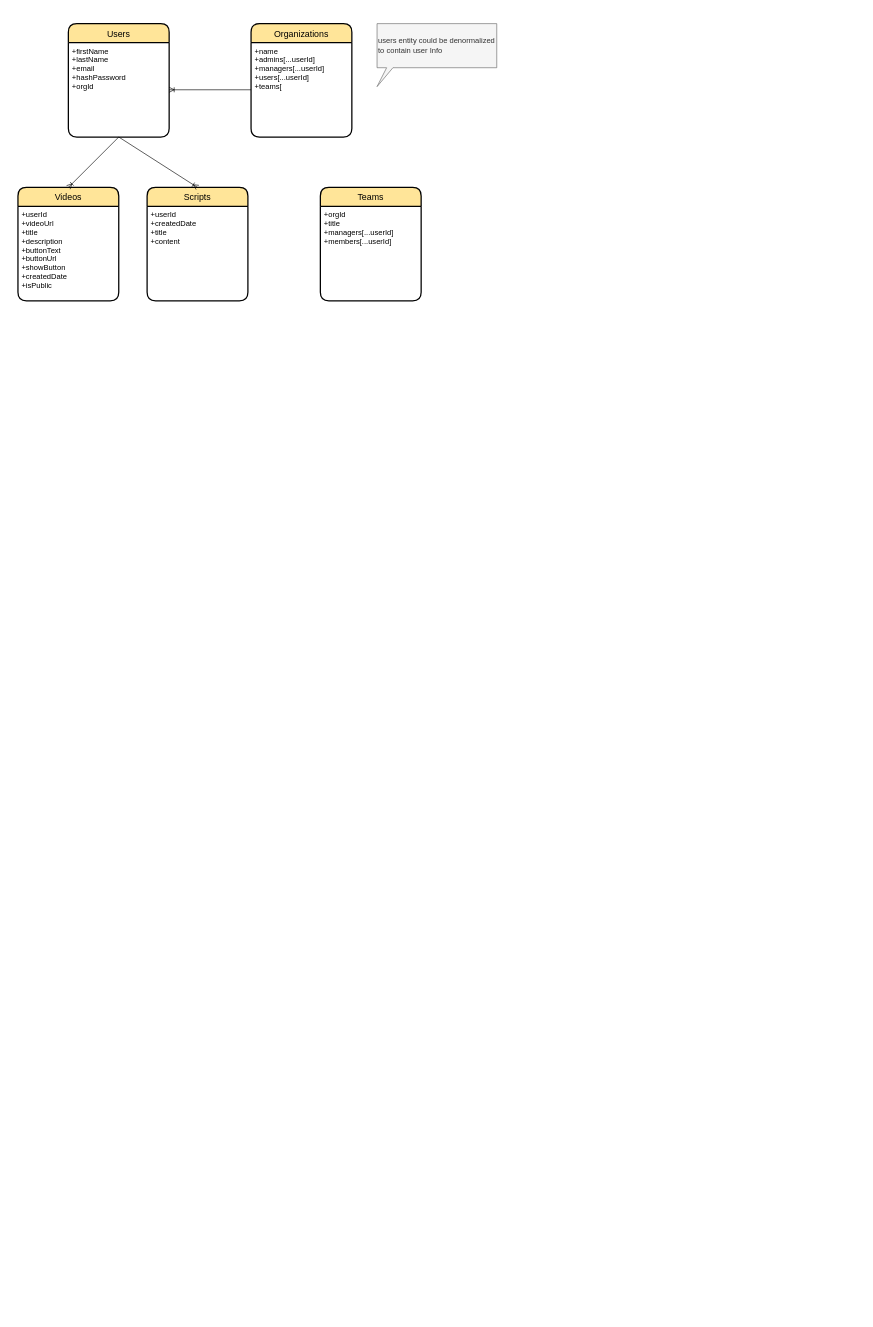
Before: Design_organization.drawio in shawnohn/fortuna, a draw.io diagram. Source tidied: cells renumbered, new cells numbered last; positions are measured from the earlier drawing's top-left corner, leaving out a move shared by most shapes. Both pictures are drawn from the tidied source at 63%, with x=0, y=0 at pixel (18, 23).
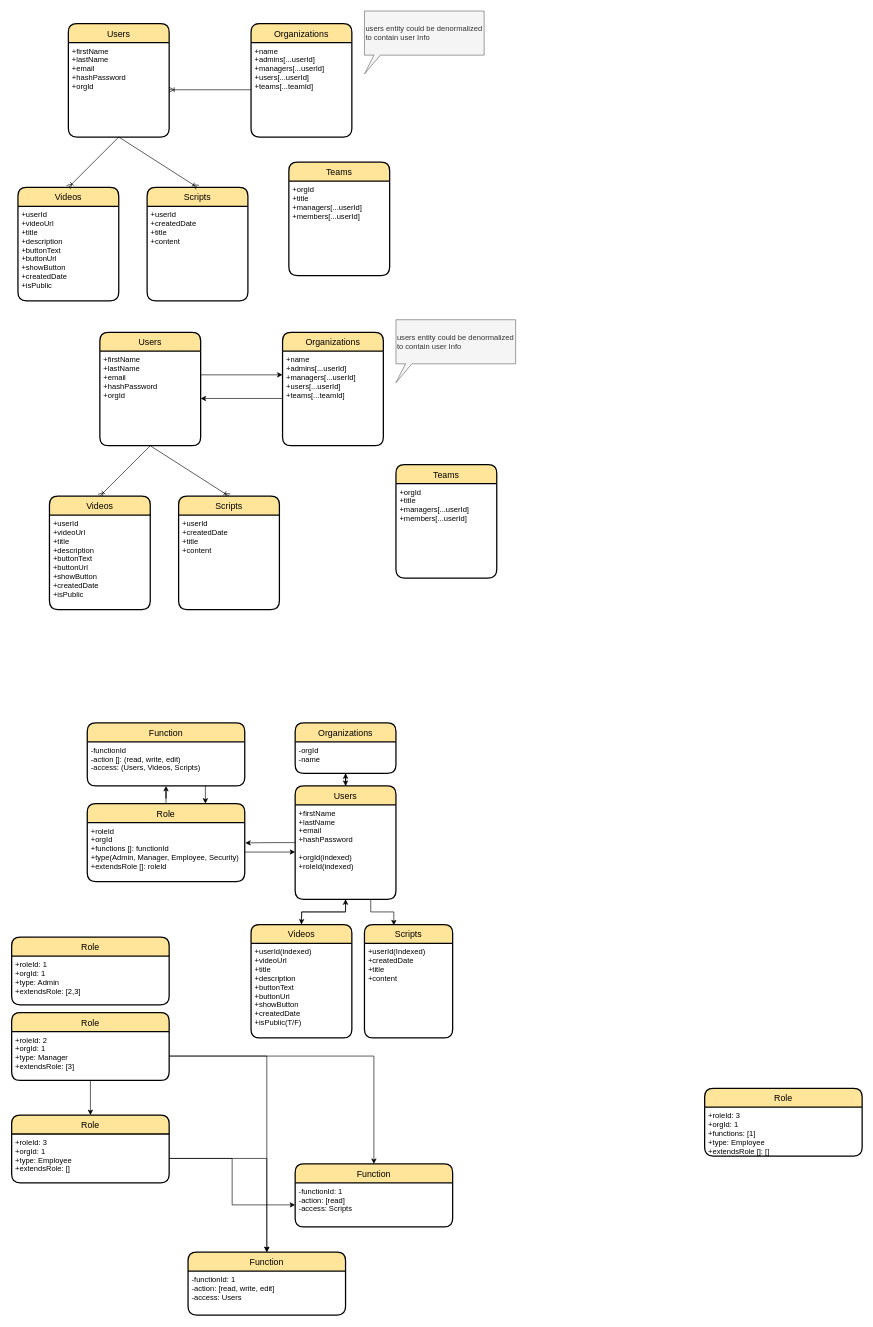
The same diagram, later.

Unchanged cells that the change refers to:
```xml
<mxCell id="6" value="Organizations" style="swimlane;horizontal=1;startSize=30;rounded=1;fontSize=14;fontStyle=0;strokeWidth=2;shadow=0;dashed=0;align=center;fillColor=#FFE599;" parent="1" vertex="1">
  <mxGeometry x="370" width="160" height="180" as="geometry" />
</mxCell>
```

The edit, as a diff of the source:
```diff
@@
-    <mxCell id="7" value="+name&#10;+admins[...userId]&#10;+managers[...userId]&#10;+users[...userId]&#10;+teams[" style="align=left;strokeColor=none;fillColor=none;spacingLeft=4;fontSize=12;verticalAlign=top;" parent="6" vertex="1">
+    <mxCell id="7" value="+name&#10;+admins[...userId]&#10;+managers[...userId]&#10;+users[...userId]&#10;+teams[...teamId]" style="align=left;strokeColor=none;fillColor=none;spacingLeft=4;fontSize=12;verticalAlign=top;" parent="6" vertex="1">
       <mxGeometry y="30" width="160" height="150" as="geometry" />
     </mxCell>
@@
-    <mxCell id="9" value="Teams" style="swimlane;horizontal=1;startSize=30;rounded=1;fontSize=14;fontStyle=0;strokeWidth=2;shadow=0;dashed=0;align=center;fillColor=#FFE599;" parent="1" vertex="1">
-      <mxGeometry x="480" y="260" width="160" height="180" as="geometry" />
-    </mxCell>
-    <mxCell id="10" value="+orgId&#10;+title&#10;+managers[...userId]&#10;+members[...userId]" style="align=left;strokeColor=none;fillColor=none;spacingLeft=4;fontSize=12;verticalAlign=top;" parent="9" vertex="1">
-      <mxGeometry y="30" width="160" height="150" as="geometry" />
-    </mxCell>
     <mxCell id="11" value="users entity could be denormalized to contain user Info" style="shape=callout;whiteSpace=wrap;html=1;perimeter=calloutPerimeter;fillColor=#f5f5f5;strokeColor=#666666;fontColor=#333333;size=30;position=0.08;position2=0;base=10;align=left;" parent="1" vertex="1">
-      <mxGeometry x="570" width="190" height="100" as="geometry" />
+      <mxGeometry x="550" y="-20" width="190" height="100" as="geometry" />
     </mxCell>
@@
+    <mxCell id="9" value="Teams" style="swimlane;horizontal=1;startSize=30;rounded=1;fontSize=14;fontStyle=0;strokeWidth=2;shadow=0;dashed=0;align=center;fillColor=#FFE599;" parent="1" vertex="1">
+      <mxGeometry x="430" y="220" width="160" height="180" as="geometry" />
+    </mxCell>
+    <mxCell id="10" value="+orgId&#10;+title&#10;+managers[...userId]&#10;+members[...userId]" style="align=left;strokeColor=none;fillColor=none;spacingLeft=4;fontSize=12;verticalAlign=top;" parent="9" vertex="1">
+      <mxGeometry y="30" width="160" height="150" as="geometry" />
+    </mxCell>
+    <mxCell id="16" value="users entity could be denormalized to contain user Info" style="shape=callout;whiteSpace=wrap;html=1;perimeter=calloutPerimeter;fillColor=#f5f5f5;strokeColor=#666666;fontColor=#333333;size=30;position=0.08;position2=0;base=10;align=left;" parent="1" vertex="1">
+      <mxGeometry x="600" y="470" width="190" height="100" as="geometry" />
+    </mxCell>
+    <mxCell id="17" style="endArrow=ERoneToMany;html=1;rounded=0;entryX=0.5;entryY=0;entryDx=0;entryDy=0;exitX=0.5;exitY=1;exitDx=0;exitDy=0;endFill=0;" parent="1" edge="1" source="31" target="24">
+      <mxGeometry relative="1" as="geometry" />
+    </mxCell>
+    <mxCell id="18" style="endArrow=ERoneToMany;html=1;rounded=0;entryX=0.5;entryY=0;entryDx=0;entryDy=0;exitX=0.5;exitY=1;exitDx=0;exitDy=0;endFill=0;" parent="1" edge="1" source="31" target="26">
+      <mxGeometry relative="1" as="geometry" />
+    </mxCell>
+    <mxCell id="19" style="edgeStyle=orthogonalEdgeStyle;rounded=0;jettySize=auto;html=1;" parent="1" edge="1" source="37" target="56">
+      <mxGeometry relative="1" as="geometry" />
+    </mxCell>
+    <mxCell id="20" style="edgeStyle=orthogonalEdgeStyle;rounded=0;jettySize=auto;html=1;entryX=0;entryY=0.5;entryDx=0;entryDy=0;" parent="1" edge="1" source="51" target="57">
+      <mxGeometry relative="1" as="geometry" />
+    </mxCell>
+    <mxCell id="21" style="edgeStyle=orthogonalEdgeStyle;rounded=0;jettySize=auto;html=1;entryX=1.003;entryY=0.345;entryDx=0;entryDy=0;entryPerimeter=0;fontColor=#FF9933;" parent="1" edge="1" source="56" target="51">
+      <mxGeometry relative="1" as="geometry" />
+    </mxCell>
+    <mxCell id="22" style="edgeStyle=orthogonalEdgeStyle;rounded=0;jettySize=auto;html=1;entryX=0.5;entryY=1;entryDx=0;entryDy=0;fontColor=#FF9933;" parent="1" edge="1" source="56" target="37">
+      <mxGeometry relative="1" as="geometry" />
+    </mxCell>
+    <mxCell id="23" value="&lt;font color=&quot;#000000&quot;&gt;&lt;br&gt;&lt;/font&gt;" style="text;html=1;align=center;verticalAlign=middle;fontColor=#FF9933;" parent="1" vertex="1">
+      <mxGeometry x="730" y="1210" width="20" height="20" as="geometry" />
+    </mxCell>
+    <mxCell id="24" value="Videos" style="swimlane;horizontal=1;startSize=30;rounded=1;fontSize=14;fontStyle=0;strokeWidth=2;shadow=0;dashed=0;align=center;fillColor=#FFE599;" parent="1" vertex="1">
+      <mxGeometry x="50" y="750" width="160" height="180" as="geometry" />
+    </mxCell>
+    <mxCell id="25" value="+userId&#10;+videoUrl&#10;+title&#10;+description&#10;+buttonText&#10;+buttonUrl&#10;+showButton&#10;+createdDate&#10;+isPublic" style="align=left;strokeColor=none;fillColor=none;spacingLeft=4;fontSize=12;verticalAlign=top;" parent="24" vertex="1">
+      <mxGeometry y="30" width="160" height="150" as="geometry" />
+    </mxCell>
+    <mxCell id="26" value="Scripts" style="swimlane;horizontal=1;startSize=30;rounded=1;fontSize=14;fontStyle=0;strokeWidth=2;shadow=0;dashed=0;align=center;fillColor=#FFE599;" parent="1" vertex="1">
+      <mxGeometry x="255" y="750" width="160" height="180" as="geometry" />
+    </mxCell>
+    <mxCell id="27" value="+userId&#10;+createdDate&#10;+title&#10;+content" style="align=left;strokeColor=none;fillColor=none;spacingLeft=4;fontSize=12;verticalAlign=top;" parent="26" vertex="1">
+      <mxGeometry y="30" width="160" height="150" as="geometry" />
+    </mxCell>
+    <mxCell id="28" value="Organizations" style="swimlane;horizontal=1;startSize=30;rounded=1;fontSize=14;fontStyle=0;strokeWidth=2;shadow=0;dashed=0;align=center;fillColor=#FFE599;" parent="1" vertex="1">
+      <mxGeometry x="420" y="490" width="160" height="180" as="geometry" />
+    </mxCell>
+    <mxCell id="29" value="+name&#10;+admins[...userId]&#10;+managers[...userId]&#10;+users[...userId]&#10;+teams[...teamId]" style="align=left;strokeColor=none;fillColor=none;spacingLeft=4;fontSize=12;verticalAlign=top;" parent="28" vertex="1">
+      <mxGeometry y="30" width="160" height="150" as="geometry" />
+    </mxCell>
+    <mxCell id="30" value="Users" style="swimlane;horizontal=1;startSize=30;rounded=1;fontSize=14;fontStyle=0;strokeWidth=2;shadow=0;dashed=0;align=center;fillColor=#FFE599;" parent="1" vertex="1">
+      <mxGeometry x="130" y="490" width="160" height="180" as="geometry" />
+    </mxCell>
+    <mxCell id="31" value="+firstName&#10;+lastName&#10;+email&#10;+hashPassword&#10;+orgId" style="align=left;strokeColor=none;fillColor=none;spacingLeft=4;fontSize=12;verticalAlign=top;" parent="30" vertex="1">
+      <mxGeometry y="30" width="160" height="150" as="geometry" />
+    </mxCell>
+    <mxCell id="32" value="Teams" style="swimlane;horizontal=1;startSize=30;rounded=1;fontSize=14;fontStyle=0;strokeWidth=2;shadow=0;dashed=0;align=center;fillColor=#FFE599;" parent="1" vertex="1">
+      <mxGeometry x="600" y="700" width="160" height="180" as="geometry" />
+    </mxCell>
+    <mxCell id="33" value="+orgId&#10;+title&#10;+managers[...userId]&#10;+members[...userId]" style="align=left;strokeColor=none;fillColor=none;spacingLeft=4;fontSize=12;verticalAlign=top;" parent="32" vertex="1">
+      <mxGeometry y="30" width="160" height="150" as="geometry" />
+    </mxCell>
+    <mxCell id="34" value="Function" style="swimlane;horizontal=1;startSize=30;rounded=1;fontSize=14;fontStyle=0;strokeWidth=2;shadow=0;dashed=0;align=center;fillColor=#FFE599;" parent="1" vertex="1">
+      <mxGeometry x="110" y="1110" width="250" height="100" as="geometry" />
+    </mxCell>
+    <mxCell id="35" value="-functionId&#10;-action []: (read, write, edit)&#10;-access: (Users, Videos, Scripts)" style="align=left;strokeColor=none;fillColor=none;spacingLeft=4;fontSize=12;verticalAlign=top;" parent="34" vertex="1">
+      <mxGeometry y="30" width="250" height="70" as="geometry" />
+    </mxCell>
+    <mxCell id="36" value="Organizations" style="swimlane;horizontal=1;startSize=30;rounded=1;fontSize=14;fontStyle=0;strokeWidth=2;shadow=0;dashed=0;align=center;fillColor=#FFE599;" parent="1" vertex="1">
+      <mxGeometry x="440" y="1110" width="160" height="80" as="geometry" />
+    </mxCell>
+    <mxCell id="37" value="-orgId&#10;-name" style="align=left;strokeColor=none;fillColor=none;spacingLeft=4;fontSize=12;verticalAlign=top;" parent="36" vertex="1">
+      <mxGeometry y="30" width="160" height="50" as="geometry" />
+    </mxCell>
+    <mxCell id="38" value="Scripts" style="swimlane;horizontal=1;startSize=30;rounded=1;fontSize=14;fontStyle=0;strokeWidth=2;shadow=0;dashed=0;align=center;fillColor=#FFE599;" parent="1" vertex="1">
+      <mxGeometry x="550" y="1430" width="140" height="180" as="geometry" />
+    </mxCell>
+    <mxCell id="39" value="+userId(Indexed)&#10;+createdDate&#10;+title&#10;+content" style="align=left;strokeColor=none;fillColor=none;spacingLeft=4;fontSize=12;verticalAlign=top;" parent="38" vertex="1">
+      <mxGeometry y="30" width="140" height="150" as="geometry" />
+    </mxCell>
+    <mxCell id="40" value="Videos" style="swimlane;horizontal=1;startSize=30;rounded=1;fontSize=14;fontStyle=0;strokeWidth=2;shadow=0;dashed=0;align=center;fillColor=#FFE599;" parent="1" vertex="1">
+      <mxGeometry x="370" y="1430" width="160" height="180" as="geometry" />
+    </mxCell>
+    <mxCell id="41" value="+userId(indexed)&#10;+videoUrl&#10;+title&#10;+description&#10;+buttonText&#10;+buttonUrl&#10;+showButton&#10;+createdDate&#10;+isPublic(T/F)" style="align=left;strokeColor=none;fillColor=none;spacingLeft=4;fontSize=12;verticalAlign=top;" parent="40" vertex="1">
+      <mxGeometry y="30" width="160" height="150" as="geometry" />
+    </mxCell>
+    <mxCell id="42" value="Function" style="swimlane;horizontal=1;startSize=30;rounded=1;fontSize=14;fontStyle=0;strokeWidth=2;shadow=0;dashed=0;align=center;fillColor=#FFE599;" parent="1" vertex="1">
+      <mxGeometry x="440" y="1810" width="250" height="100" as="geometry" />
+    </mxCell>
+    <mxCell id="43" value="-functionId: 1&#10;-action: [read]&#10;-access: Scripts" style="align=left;strokeColor=none;fillColor=none;spacingLeft=4;fontSize=12;verticalAlign=top;" parent="42" vertex="1">
+      <mxGeometry y="30" width="250" height="70" as="geometry" />
+    </mxCell>
+    <mxCell id="44" value="Function" style="swimlane;horizontal=1;startSize=30;rounded=1;fontSize=14;fontStyle=0;strokeWidth=2;shadow=0;dashed=0;align=center;fillColor=#FFE599;" parent="1" vertex="1">
+      <mxGeometry x="270" y="1950" width="250" height="100" as="geometry" />
+    </mxCell>
+    <mxCell id="45" value="-functionId: 1&#10;-action: [read, write, edit]&#10;-access: Users" style="align=left;strokeColor=none;fillColor=none;spacingLeft=4;fontSize=12;verticalAlign=top;" parent="44" vertex="1">
+      <mxGeometry y="30" width="250" height="70" as="geometry" />
+    </mxCell>
+    <mxCell id="46" value="Role" style="swimlane;horizontal=1;startSize=30;rounded=1;fontSize=14;fontStyle=0;strokeWidth=2;shadow=0;dashed=0;align=center;fillColor=#FFE599;" parent="1" vertex="1">
+      <mxGeometry x="-10" y="1732.5" width="250" height="107.5" as="geometry" />
+    </mxCell>
+    <mxCell id="47" value="+roleId: 3&#10;+orgId: 1&#10;+type: Employee&#10;+extendsRole: []" style="align=left;strokeColor=none;fillColor=none;spacingLeft=4;fontSize=12;verticalAlign=top;" parent="46" vertex="1">
+      <mxGeometry y="30" width="250" height="77.5" as="geometry" />
+    </mxCell>
+    <mxCell id="48" value="Role" style="swimlane;horizontal=1;startSize=30;rounded=1;fontSize=14;fontStyle=0;strokeWidth=2;shadow=0;dashed=0;align=center;fillColor=#FFE599;" parent="1" vertex="1">
+      <mxGeometry x="1090" y="1690" width="250" height="107.5" as="geometry" />
+    </mxCell>
+    <mxCell id="49" value="+roleId: 3&#10;+orgId: 1&#10;+functions: [1]&#10;+type: Employee&#10;+extendsRole []: []" style="align=left;strokeColor=none;fillColor=none;spacingLeft=4;fontSize=12;verticalAlign=top;" parent="48" vertex="1">
+      <mxGeometry y="30" width="250" height="77.5" as="geometry" />
+    </mxCell>
+    <mxCell id="50" value="Role" style="swimlane;horizontal=1;startSize=30;rounded=1;fontSize=14;fontStyle=0;strokeWidth=2;shadow=0;dashed=0;align=center;fillColor=#FFE599;" parent="1" vertex="1">
+      <mxGeometry x="110" y="1238.1" width="250" height="123.8" as="geometry" />
+    </mxCell>
+    <mxCell id="51" value="+roleId&#10;+orgId&#10;+functions []: functionId&#10;+type(Admin, Manager, Employee, Security)&#10;+extendsRole []: roleId" style="align=left;strokeColor=none;fillColor=none;spacingLeft=4;fontSize=12;verticalAlign=top;" parent="50" vertex="1">
+      <mxGeometry y="30" width="250" height="93.8" as="geometry" />
+    </mxCell>
+    <mxCell id="52" value="Role" style="swimlane;horizontal=1;startSize=30;rounded=1;fontSize=14;fontStyle=0;strokeWidth=2;shadow=0;dashed=0;align=center;fillColor=#FFE599;" parent="1" vertex="1">
+      <mxGeometry x="-10" y="1570" width="250" height="107.5" as="geometry" />
+    </mxCell>
+    <mxCell id="53" value="+roleId: 2&#10;+orgId: 1&#10;+type: Manager&#10;+extendsRole: [3]" style="align=left;strokeColor=none;fillColor=none;spacingLeft=4;fontSize=12;verticalAlign=top;" parent="52" vertex="1">
+      <mxGeometry y="30" width="250" height="77.5" as="geometry" />
+    </mxCell>
+    <mxCell id="54" value="Role" style="swimlane;horizontal=1;startSize=30;rounded=1;fontSize=14;fontStyle=0;strokeWidth=2;shadow=0;dashed=0;align=center;fillColor=#FFE599;" parent="1" vertex="1">
+      <mxGeometry x="-10" y="1450" width="250" height="107.5" as="geometry" />
+    </mxCell>
+    <mxCell id="55" value="+roleId: 1&#10;+orgId: 1&#10;+type: Admin&#10;+extendsRole: [2,3]" style="align=left;strokeColor=none;fillColor=none;spacingLeft=4;fontSize=12;verticalAlign=top;" parent="54" vertex="1">
+      <mxGeometry y="30" width="250" height="77.5" as="geometry" />
+    </mxCell>
+    <mxCell id="56" value="Users" style="swimlane;horizontal=1;startSize=30;rounded=1;fontSize=14;fontStyle=0;strokeWidth=2;shadow=0;dashed=0;align=center;fillColor=#FFE599;" parent="1" vertex="1">
+      <mxGeometry x="440" y="1210" width="160" height="180" as="geometry" />
+    </mxCell>
+    <mxCell id="57" value="+firstName&#10;+lastName&#10;+email&#10;+hashPassword&#10;&#10;+orgId(indexed)&#10;+roleId(indexed)" style="align=left;strokeColor=none;fillColor=none;spacingLeft=4;fontSize=12;verticalAlign=top;" parent="56" vertex="1">
+      <mxGeometry y="30" width="160" height="150" as="geometry" />
+    </mxCell>
+    <mxCell id="58" style="edgeStyle=orthogonalEdgeStyle;rounded=0;jettySize=auto;html=1;entryX=0.5;entryY=1;entryDx=0;entryDy=0;fontColor=#FF9933;" parent="1" edge="1" source="50" target="35">
+      <mxGeometry relative="1" as="geometry" />
+    </mxCell>
+    <mxCell id="59" style="edgeStyle=orthogonalEdgeStyle;rounded=0;jettySize=auto;html=1;entryX=1;entryY=0.5;entryDx=0;entryDy=0;fontColor=#FF9933;" parent="1" edge="1" source="29" target="31">
+      <mxGeometry relative="1" as="geometry" />
+    </mxCell>
+    <mxCell id="60" style="edgeStyle=orthogonalEdgeStyle;rounded=0;jettySize=auto;html=1;exitX=1;exitY=0.25;exitDx=0;exitDy=0;entryX=0;entryY=0.25;entryDx=0;entryDy=0;fontColor=#FF9933;" parent="1" edge="1" source="31" target="29">
+      <mxGeometry relative="1" as="geometry" />
+    </mxCell>
+    <mxCell id="61" style="edgeStyle=orthogonalEdgeStyle;rounded=0;jettySize=auto;html=1;entryX=0.5;entryY=0;entryDx=0;entryDy=0;fontColor=#FF9933;" parent="1" edge="1" source="53" target="44">
+      <mxGeometry relative="1" as="geometry" />
+    </mxCell>
+    <mxCell id="62" style="edgeStyle=orthogonalEdgeStyle;rounded=0;jettySize=auto;html=1;fontColor=#FF9933;" parent="1" edge="1" source="53" target="42">
+      <mxGeometry relative="1" as="geometry" />
+    </mxCell>
+    <mxCell id="63" style="edgeStyle=orthogonalEdgeStyle;rounded=0;jettySize=auto;html=1;fontColor=#FF9933;" parent="1" edge="1" source="47" target="43">
+      <mxGeometry relative="1" as="geometry" />
+    </mxCell>
+    <mxCell id="64" style="edgeStyle=orthogonalEdgeStyle;rounded=0;jettySize=auto;html=1;fontColor=#FF9933;" parent="1" edge="1" source="47" target="44">
+      <mxGeometry relative="1" as="geometry" />
+    </mxCell>
+    <mxCell id="65" style="edgeStyle=orthogonalEdgeStyle;rounded=0;jettySize=auto;html=1;entryX=0.5;entryY=0;entryDx=0;entryDy=0;fontColor=#FF9933;" parent="1" edge="1" source="53" target="46">
+      <mxGeometry relative="1" as="geometry" />
+    </mxCell>
+    <mxCell id="66" style="edgeStyle=orthogonalEdgeStyle;rounded=0;jettySize=auto;html=1;exitX=0.5;exitY=0;exitDx=0;exitDy=0;fontColor=#FF9933;" parent="1" edge="1" source="40" target="57">
+      <mxGeometry relative="1" as="geometry" />
+    </mxCell>
+    <mxCell id="67" style="edgeStyle=orthogonalEdgeStyle;rounded=0;jettySize=auto;html=1;exitX=0.75;exitY=1;exitDx=0;exitDy=0;entryX=0.75;entryY=0;entryDx=0;entryDy=0;fontColor=#FF9933;" parent="1" edge="1" source="35" target="50">
+      <mxGeometry relative="1" as="geometry" />
+    </mxCell>
+    <mxCell id="68" style="edgeStyle=orthogonalEdgeStyle;rounded=0;jettySize=auto;html=1;fontColor=#FF9933;" parent="1" edge="1" source="57">
+      <mxGeometry relative="1" as="geometry">
+        <mxPoint x="450" y="1430" as="targetPoint" />
+      </mxGeometry>
+    </mxCell>
+    <mxCell id="69" style="edgeStyle=orthogonalEdgeStyle;rounded=0;jettySize=auto;html=1;exitX=0.75;exitY=1;exitDx=0;exitDy=0;fontColor=#FF9933;" parent="1" edge="1" source="57">
+      <mxGeometry relative="1" as="geometry">
+        <mxPoint x="560" y="1390" as="targetPoint" />
+      </mxGeometry>
+    </mxCell>
+    <mxCell id="70" style="edgeStyle=orthogonalEdgeStyle;rounded=0;jettySize=auto;html=1;exitX=0.75;exitY=1;exitDx=0;exitDy=0;entryX=0.333;entryY=0.007;entryDx=0;entryDy=0;entryPerimeter=0;fontColor=#FF9933;" parent="1" edge="1" source="57" target="38">
+      <mxGeometry relative="1" as="geometry" />
+    </mxCell>
```
